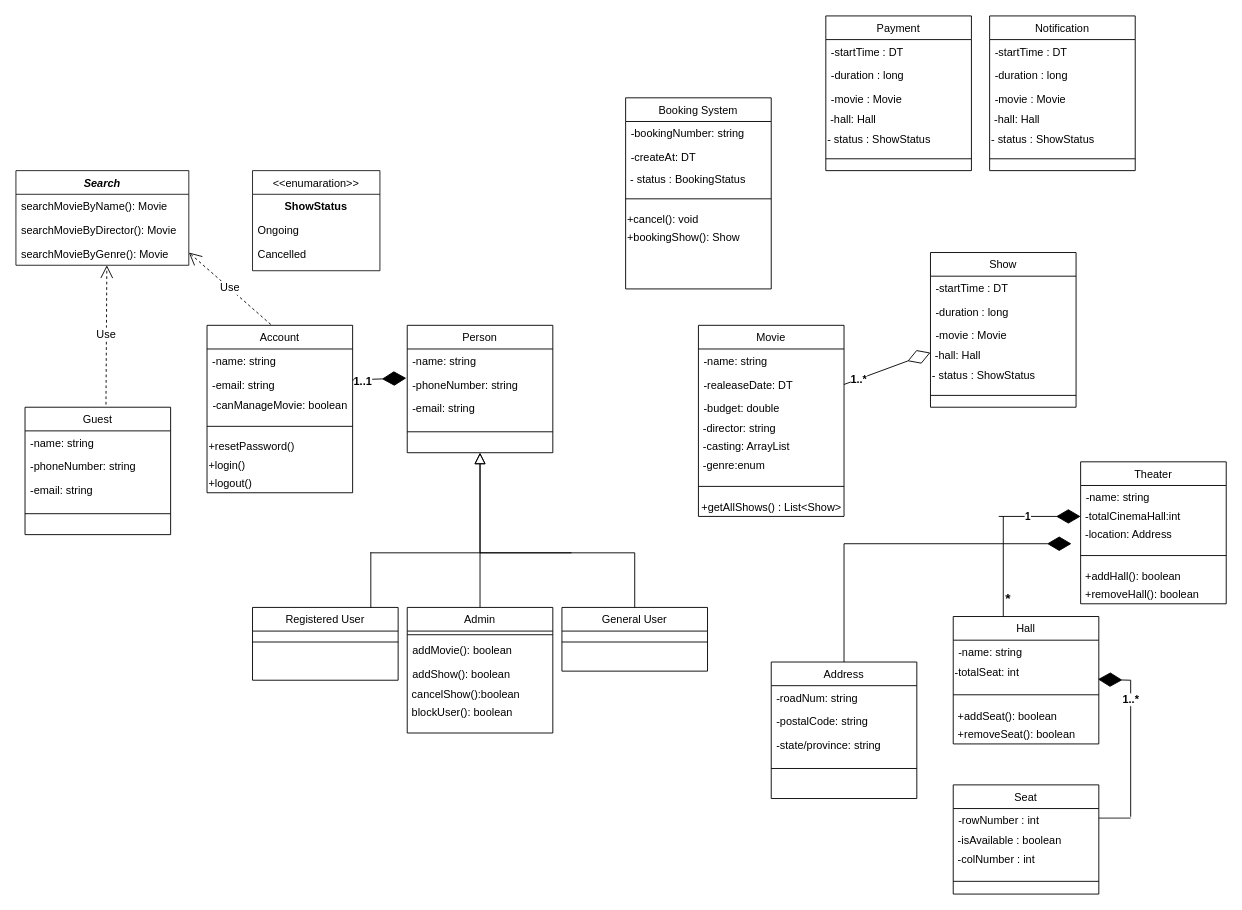
This is Movie Ticket Booking.drawio from Moytri/Uml-Diagram, a draw.io file, before an edit. Source tidied: cells renumbered, new cells numbered last; positions are measured from the earlier drawing's top-left corner, leaving out a move shared by most shapes. Both pictures are drawn from the tidied source at 91%, with x=0, y=0 at pixel (15, 15).
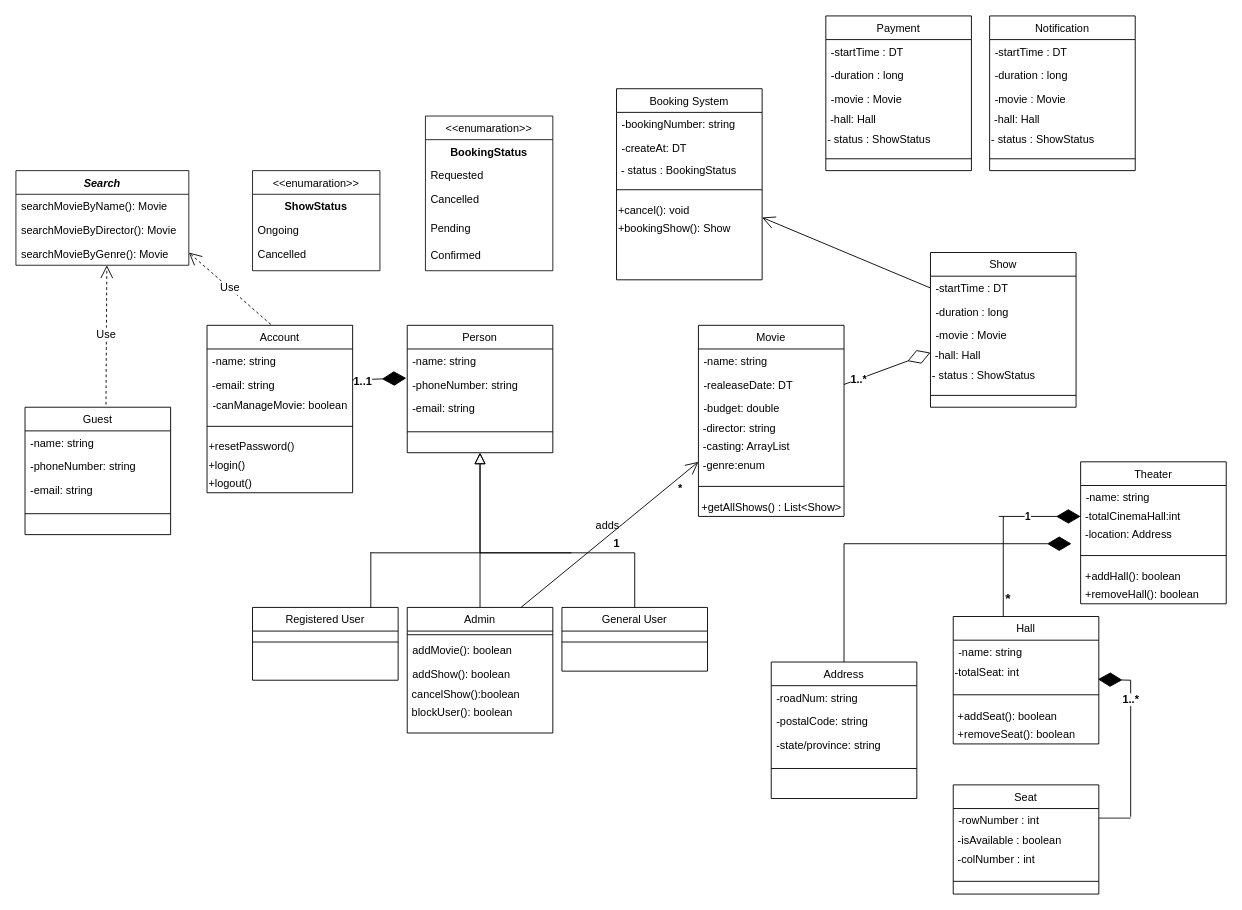
Above is the later version.

The change refers to these unchanged cells:
```xml
<mxCell id="21" style="shape=partialRectangle;whiteSpace=wrap;html=1;bottom=0;right=0;fillColor=none;" parent="1" vertex="1">
  <mxGeometry x="390" y="590" width="220" height="60" as="geometry" />
</mxCell>
<mxCell id="28" value="&amp;nbsp;-genre:enum" style="text;html=1;align=left;verticalAlign=middle;points=[];strokeColor=none;fillColor=none;" parent="22" vertex="1">
  <mxGeometry y="144" width="160" height="20" as="geometry" />
</mxCell>
<mxCell id="63" value="Show" style="swimlane;fontStyle=0;align=center;verticalAlign=top;horizontal=1;startSize=26;rounded=0;shadow=0;strokeWidth=1;" parent="1" vertex="1">
  <mxGeometry x="1005" y="260" width="160" height="170" as="geometry" />
</mxCell>
<mxCell id="64" value="-startTime : DT" style="text;align=left;verticalAlign=top;spacingLeft=4;spacingRight=4;overflow=hidden;points=[[0,0.5],[1,0.5]];portConstraint=eastwest;" parent="63" vertex="1">
  <mxGeometry y="26" width="160" height="26" as="geometry" />
</mxCell>
```

What changed in the source:
```diff
@@
+    <mxCell id="116" style="endArrow=open;endFill=1;endSize=12;html=1;rounded=0;fontSize=12;entryX=0;entryY=0.5;entryDx=0;entryDy=0;exitX=0;exitY=0.5;exitDx=0;exitDy=0;" parent="63" edge="1" source="64">
+      <mxGeometry relative="1" as="geometry">
+        <mxPoint x="-185" y="-38.5" as="targetPoint" />
+      </mxGeometry>
+    </mxCell>
@@
     <mxCell id="95" value="Booking System" style="swimlane;fontStyle=0;align=center;verticalAlign=top;horizontal=1;startSize=26;rounded=0;shadow=0;strokeWidth=1;" parent="1" vertex="1">
-      <mxGeometry x="670" y="90" width="160" height="210" as="geometry" />
+      <mxGeometry x="660" y="80" width="160" height="210" as="geometry" />
     </mxCell>
@@
+    <mxCell id="117" value="&lt;&lt;enumaration&gt;&gt;" style="swimlane;fontStyle=0;horizontal=1;startSize=26;fillColor=none;fontSize=12;strokeWidth=1;opacity=90;" parent="1" vertex="1">
+      <mxGeometry x="450" y="110" width="140" height="170" as="geometry" />
+    </mxCell>
+    <mxCell id="118" value="BookingStatus" style="text;strokeColor=none;fillColor=none;align=center;verticalAlign=top;spacingLeft=4;spacingRight=4;overflow=hidden;fontSize=12;opacity=90;fontStyle=1;" parent="117" vertex="1">
+      <mxGeometry y="26" width="140" height="26" as="geometry" />
+    </mxCell>
+    <mxCell id="119" value="Requested" style="text;strokeColor=none;fillColor=none;align=left;verticalAlign=top;spacingLeft=4;spacingRight=4;overflow=hidden;fontSize=12;opacity=90;" parent="117" vertex="1">
+      <mxGeometry y="52" width="140" height="26" as="geometry" />
+    </mxCell>
+    <mxCell id="120" value="Cancelled" style="text;strokeColor=none;fillColor=none;align=left;verticalAlign=top;spacingLeft=4;spacingRight=4;overflow=hidden;fontSize=12;opacity=90;" parent="117" vertex="1">
+      <mxGeometry y="78" width="140" height="32" as="geometry" />
+    </mxCell>
+    <mxCell id="121" value="Pending" style="text;strokeColor=none;fillColor=none;align=left;verticalAlign=top;spacingLeft=4;spacingRight=4;overflow=hidden;fontSize=12;opacity=90;" parent="117" vertex="1">
+      <mxGeometry y="110" width="140" height="30" as="geometry" />
+    </mxCell>
+    <mxCell id="122" value="Confirmed" style="text;strokeColor=none;fillColor=none;align=left;verticalAlign=top;spacingLeft=4;spacingRight=4;overflow=hidden;fontSize=12;opacity=90;" parent="117" vertex="1">
+      <mxGeometry y="140" width="140" height="30" as="geometry" />
+    </mxCell>
+    <mxCell id="123" style="endArrow=open;endFill=1;endSize=12;html=1;rounded=0;fontSize=12;entryX=0;entryY=0.3;entryDx=0;entryDy=0;entryPerimeter=0;exitX=0.75;exitY=1;exitDx=0;exitDy=0;" parent="1" edge="1" source="21" target="28">
+      <mxGeometry relative="1" as="geometry" />
+    </mxCell>
+    <mxCell id="124" value="adds" style="text;html=1;align=center;verticalAlign=middle;strokeColor=none;fillColor=none;fontSize=12;" parent="1" vertex="1">
+      <mxGeometry x="630" y="550" width="40" height="20" as="geometry" />
+    </mxCell>
+    <mxCell id="125" value="&lt;b&gt;1&lt;/b&gt;" style="text;html=1;align=center;verticalAlign=middle;strokeColor=none;fillColor=none;fontSize=12;" parent="1" vertex="1">
+      <mxGeometry x="650" y="570" width="20" height="20" as="geometry" />
+    </mxCell>
+    <mxCell id="126" value="&lt;b&gt;*&lt;/b&gt;" style="text;html=1;align=center;verticalAlign=middle;strokeColor=none;fillColor=none;fontSize=12;" parent="1" vertex="1">
+      <mxGeometry x="720" y="510" width="20" height="20" as="geometry" />
+    </mxCell>
```
